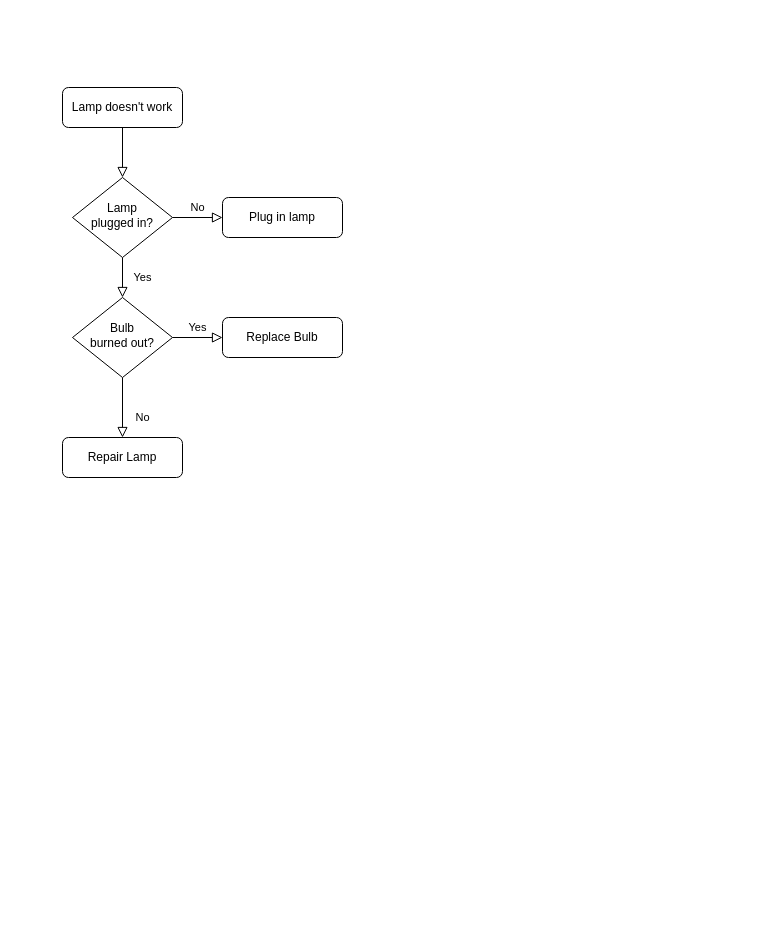
This is 活动快照日志-流程图.drawio from Luffybaga/draw, a draw.io file, before an edit. Source tidied: cells renumbered, new cells numbered last; positions are measured from the earlier drawing's top-left corner, leaving out a move shared by most shapes. Both pictures are drawn from the tidied source at 100%, with x=0, y=0 at pixel (62, 87).
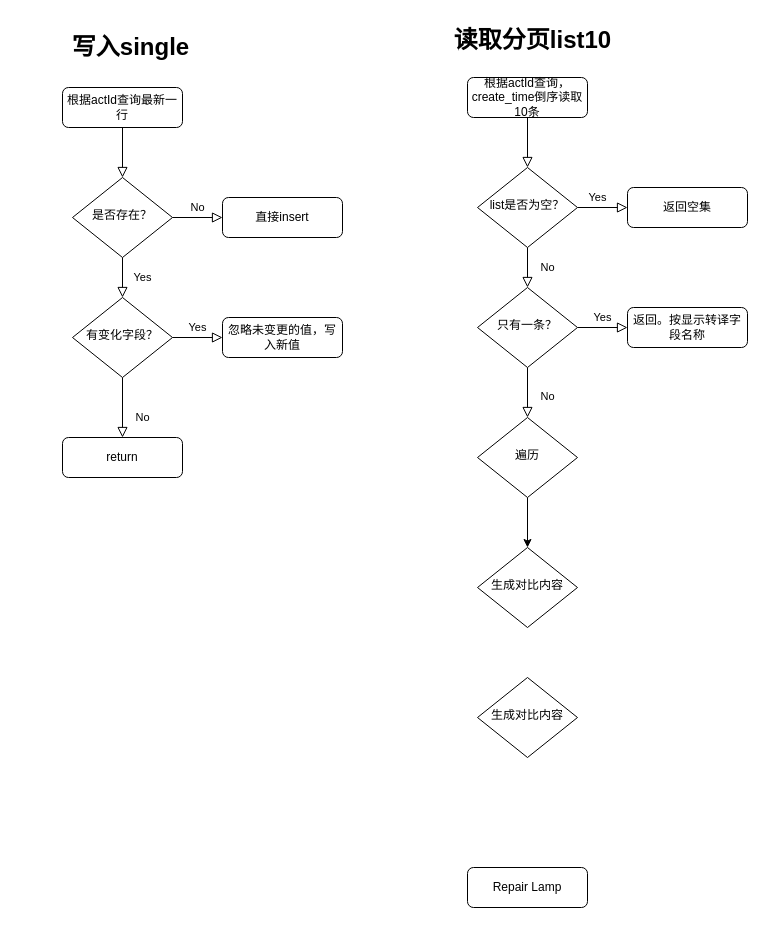
The same page after the edit.

Commit message:
更新活动快照日志-流程图.drawio

The edit, as a diff of the source:
```diff
@@
-    <mxCell id="3" value="Lamp doesn't work" style="rounded=1;whiteSpace=wrap;html=1;fontSize=12;glass=0;strokeWidth=1;shadow=0;" parent="1" vertex="1">
+    <mxCell id="3" value="根据actId查询最新一行" style="rounded=1;whiteSpace=wrap;html=1;fontSize=12;glass=0;strokeWidth=1;shadow=0;" parent="1" vertex="1">
       <mxGeometry width="120" height="40" as="geometry" />
     </mxCell>
@@
-    <mxCell id="6" value="Lamp&lt;br&gt;plugged in?" style="rhombus;whiteSpace=wrap;html=1;shadow=0;fontFamily=Helvetica;fontSize=12;align=center;strokeWidth=1;spacing=6;spacingTop=-4;" parent="1" vertex="1">
+    <mxCell id="6" value="是否存在？" style="rhombus;whiteSpace=wrap;html=1;shadow=0;fontFamily=Helvetica;fontSize=12;align=center;strokeWidth=1;spacing=6;spacingTop=-4;" parent="1" vertex="1">
       <mxGeometry x="10" y="90" width="100" height="80" as="geometry" />
     </mxCell>
-    <mxCell id="7" value="Plug in lamp" style="rounded=1;whiteSpace=wrap;html=1;fontSize=12;glass=0;strokeWidth=1;shadow=0;" parent="1" vertex="1">
+    <mxCell id="7" value="直接insert" style="rounded=1;whiteSpace=wrap;html=1;fontSize=12;glass=0;strokeWidth=1;shadow=0;" parent="1" vertex="1">
       <mxGeometry x="160" y="110" width="120" height="40" as="geometry" />
     </mxCell>
@@
-    <mxCell id="10" value="Bulb&lt;br&gt;burned out?" style="rhombus;whiteSpace=wrap;html=1;shadow=0;fontFamily=Helvetica;fontSize=12;align=center;strokeWidth=1;spacing=6;spacingTop=-4;" parent="1" vertex="1">
+    <mxCell id="10" value="有变化字段？" style="rhombus;whiteSpace=wrap;html=1;shadow=0;fontFamily=Helvetica;fontSize=12;align=center;strokeWidth=1;spacing=6;spacingTop=-4;" parent="1" vertex="1">
       <mxGeometry x="10" y="210" width="100" height="80" as="geometry" />
     </mxCell>
-    <mxCell id="11" value="Repair Lamp" style="rounded=1;whiteSpace=wrap;html=1;fontSize=12;glass=0;strokeWidth=1;shadow=0;" parent="1" vertex="1">
+    <mxCell id="11" value="return" style="rounded=1;whiteSpace=wrap;html=1;fontSize=12;glass=0;strokeWidth=1;shadow=0;" parent="1" vertex="1">
       <mxGeometry y="350" width="120" height="40" as="geometry" />
     </mxCell>
-    <mxCell id="12" value="Replace Bulb" style="rounded=1;whiteSpace=wrap;html=1;fontSize=12;glass=0;strokeWidth=1;shadow=0;" parent="1" vertex="1">
+    <mxCell id="12" value="忽略未变更的值，写入新值" style="rounded=1;whiteSpace=wrap;html=1;fontSize=12;glass=0;strokeWidth=1;shadow=0;" parent="1" vertex="1">
       <mxGeometry x="160" y="230" width="120" height="40" as="geometry" />
     </mxCell>
+    <mxCell id="13" value="写入single" style="text;strokeColor=none;fillColor=none;html=1;fontSize=24;fontStyle=1;verticalAlign=middle;align=center;" parent="1" vertex="1">
+      <mxGeometry x="-45" y="-60" width="225" height="40" as="geometry" />
+    </mxCell>
+    <mxCell id="14" style="rounded=0;html=1;jettySize=auto;fontSize=11;endArrow=block;endFill=0;endSize=8;strokeWidth=1;shadow=0;labelBackgroundColor=none;edgeStyle=orthogonalEdgeStyle;" parent="1" edge="1" source="15" target="18">
+      <mxGeometry relative="1" as="geometry" />
+    </mxCell>
+    <mxCell id="15" value="根据actId查询，create_time倒序读取10条" style="rounded=1;whiteSpace=wrap;html=1;fontSize=12;glass=0;strokeWidth=1;shadow=0;" parent="1" vertex="1">
+      <mxGeometry x="405" y="-10" width="120" height="40" as="geometry" />
+    </mxCell>
+    <mxCell id="16" value="Yes" style="rounded=0;html=1;jettySize=auto;fontSize=11;endArrow=block;endFill=0;endSize=8;strokeWidth=1;shadow=0;labelBackgroundColor=none;edgeStyle=orthogonalEdgeStyle;" parent="1" edge="1" source="18" target="22">
+      <mxGeometry x="-1" y="86" relative="1" as="geometry">
+        <mxPoint x="-16" y="-50" as="offset" />
+      </mxGeometry>
+    </mxCell>
+    <mxCell id="17" value="No" style="edgeStyle=orthogonalEdgeStyle;rounded=0;html=1;jettySize=auto;fontSize=11;endArrow=block;endFill=0;endSize=8;strokeWidth=1;shadow=0;labelBackgroundColor=none;" parent="1" edge="1" source="18" target="19">
+      <mxGeometry x="-1" y="-67" relative="1" as="geometry">
+        <mxPoint x="-30" y="-7" as="offset" />
+      </mxGeometry>
+    </mxCell>
+    <mxCell id="18" value="list是否为空？" style="rhombus;whiteSpace=wrap;html=1;shadow=0;fontFamily=Helvetica;fontSize=12;align=center;strokeWidth=1;spacing=6;spacingTop=-4;" parent="1" vertex="1">
+      <mxGeometry x="415" y="80" width="100" height="80" as="geometry" />
+    </mxCell>
+    <mxCell id="19" value="返回空集" style="rounded=1;whiteSpace=wrap;html=1;fontSize=12;glass=0;strokeWidth=1;shadow=0;" parent="1" vertex="1">
+      <mxGeometry x="565" y="100" width="120" height="40" as="geometry" />
+    </mxCell>
+    <mxCell id="20" value="No" style="rounded=0;html=1;jettySize=auto;fontSize=11;endArrow=block;endFill=0;endSize=8;strokeWidth=1;shadow=0;labelBackgroundColor=none;edgeStyle=orthogonalEdgeStyle;entryX=0.5;entryY=0;entryDx=0;entryDy=0;" parent="1" edge="1" source="22" target="27">
+      <mxGeometry x="0.14" y="20" relative="1" as="geometry" />
+    </mxCell>
+    <mxCell id="21" value="Yes" style="edgeStyle=orthogonalEdgeStyle;rounded=0;html=1;jettySize=auto;fontSize=11;endArrow=block;endFill=0;endSize=8;strokeWidth=1;shadow=0;labelBackgroundColor=none;" parent="1" edge="1" source="22" target="24">
+      <mxGeometry y="10" relative="1" as="geometry" />
+    </mxCell>
+    <mxCell id="22" value="只有一条？" style="rhombus;whiteSpace=wrap;html=1;shadow=0;fontFamily=Helvetica;fontSize=12;align=center;strokeWidth=1;spacing=6;spacingTop=-4;" parent="1" vertex="1">
+      <mxGeometry x="415" y="200" width="100" height="80" as="geometry" />
+    </mxCell>
+    <mxCell id="23" value="Repair Lamp" style="rounded=1;whiteSpace=wrap;html=1;fontSize=12;glass=0;strokeWidth=1;shadow=0;" parent="1" vertex="1">
+      <mxGeometry x="405" y="780" width="120" height="40" as="geometry" />
+    </mxCell>
+    <mxCell id="24" value="返回。按显示转译字段名称" style="rounded=1;whiteSpace=wrap;html=1;fontSize=12;glass=0;strokeWidth=1;shadow=0;" parent="1" vertex="1">
+      <mxGeometry x="565" y="220" width="120" height="40" as="geometry" />
+    </mxCell>
+    <mxCell id="25" value="读取分页list10" style="text;strokeColor=none;fillColor=none;html=1;fontSize=24;fontStyle=1;verticalAlign=middle;align=center;" parent="1" vertex="1">
+      <mxGeometry x="355" y="-70" width="230" height="45" as="geometry" />
+    </mxCell>
+    <mxCell id="26" style="edgeStyle=orthogonalEdgeStyle;rounded=0;jettySize=auto;html=1;" parent="1" edge="1" source="27" target="28">
+      <mxGeometry relative="1" as="geometry" />
+    </mxCell>
+    <mxCell id="27" value="遍历" style="rhombus;whiteSpace=wrap;html=1;shadow=0;fontFamily=Helvetica;fontSize=12;align=center;strokeWidth=1;spacing=6;spacingTop=-4;" parent="1" vertex="1">
+      <mxGeometry x="415" y="330" width="100" height="80" as="geometry" />
+    </mxCell>
+    <mxCell id="28" value="生成对比内容" style="rhombus;whiteSpace=wrap;html=1;shadow=0;fontFamily=Helvetica;fontSize=12;align=center;strokeWidth=1;spacing=6;spacingTop=-4;" parent="1" vertex="1">
+      <mxGeometry x="415" y="460" width="100" height="80" as="geometry" />
+    </mxCell>
+    <mxCell id="29" value="生成对比内容" style="rhombus;whiteSpace=wrap;html=1;shadow=0;fontFamily=Helvetica;fontSize=12;align=center;strokeWidth=1;spacing=6;spacingTop=-4;" parent="1" vertex="1">
+      <mxGeometry x="415" y="590" width="100" height="80" as="geometry" />
+    </mxCell>
```
